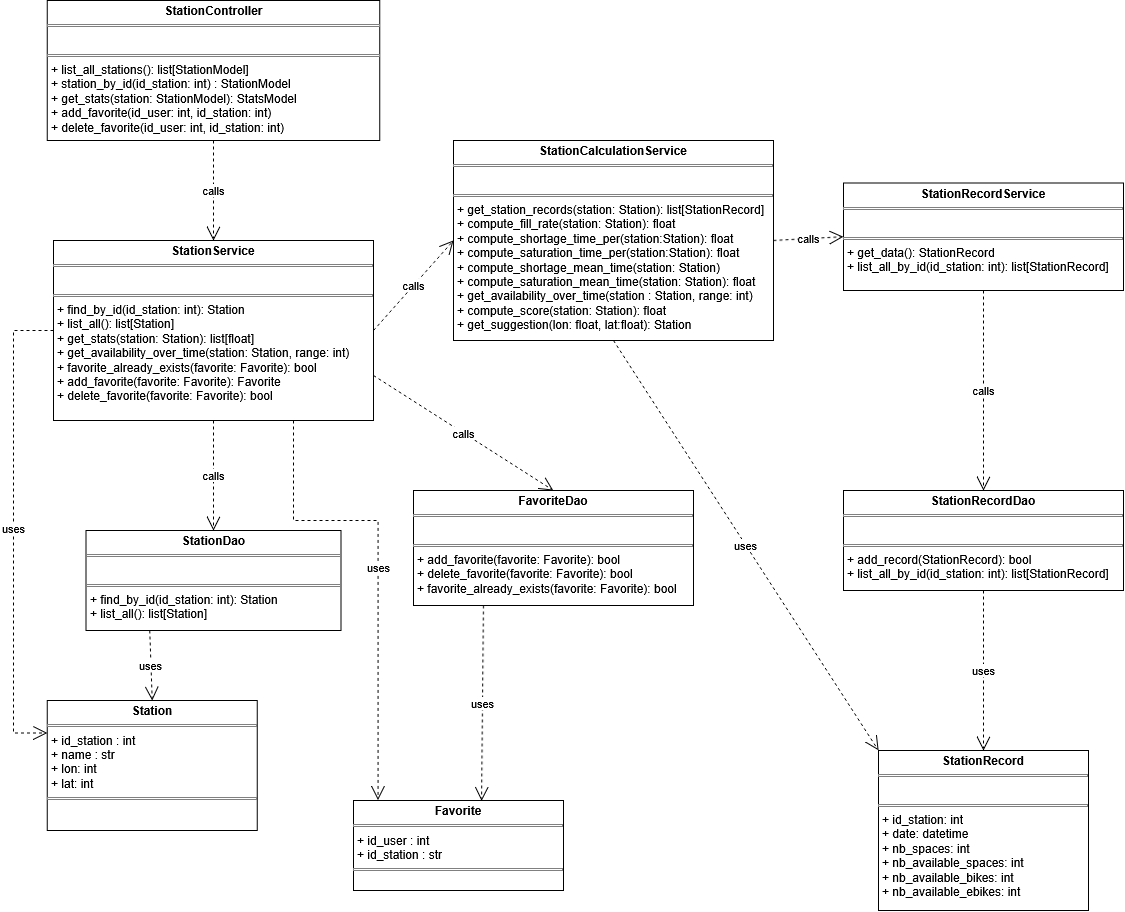
This is doc/rapport_analyse/img/diag_classes_station.png from Eddboy-ensai/ensai-it-project-2a-team14, a draw.io export, as it was before one commit. Source tidied: cells renumbered, new cells last; positions are measured from the earlier drawing's top-left corner, leaving out a move shared by most shapes.
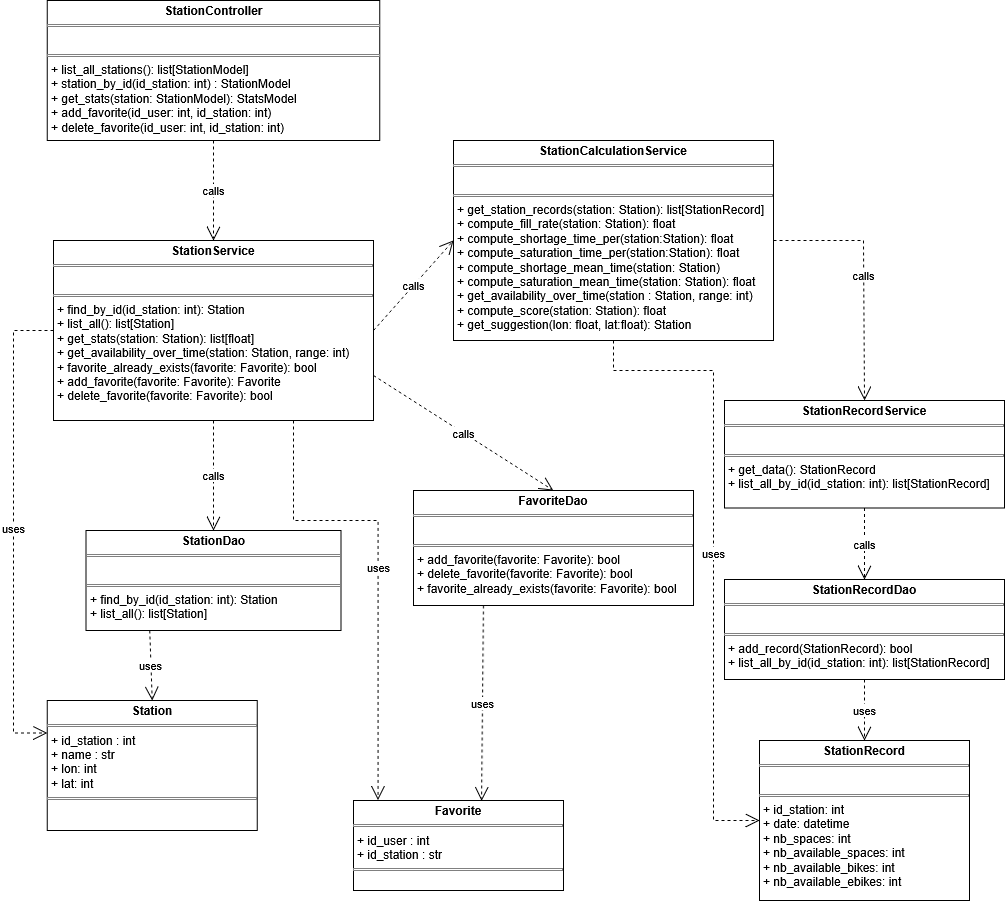
The same diagram one commit later.

Commit message:
diagrammes de classe

Diff of the diagram source:
```diff
@@ -12,10 +12,10 @@
       <mxGeometry x="72.5" y="530" width="255" height="100" as="geometry" />
     </mxCell>
     <mxCell id="5" value="&lt;p style=&quot;margin:0px;margin-top:4px;text-align:center;&quot;&gt;&lt;b&gt;StationRecordService&lt;/b&gt;&lt;/p&gt;&lt;hr size=&quot;1&quot; style=&quot;border-style:solid;&quot;&gt;&lt;p style=&quot;margin:0px;margin-left:4px;&quot;&gt;&lt;br&gt;&lt;/p&gt;&lt;hr size=&quot;1&quot; style=&quot;border-style:solid;&quot;&gt;&lt;p style=&quot;margin:0px;margin-left:4px;&quot;&gt;+ get_data():&amp;nbsp;StationRecord&lt;/p&gt;&lt;p style=&quot;margin:0px;margin-left:4px;&quot;&gt;+ list_all_by_id(id_station: int): list[StationRecord]&lt;/p&gt;" style="verticalAlign=top;align=left;overflow=fill;html=1;whiteSpace=wrap;" parent="1" vertex="1">
-      <mxGeometry x="830" y="182.5" width="280" height="107.5" as="geometry" />
+      <mxGeometry x="711" y="400" width="280" height="107.5" as="geometry" />
     </mxCell>
     <mxCell id="6" value="&lt;p style=&quot;margin:0px;margin-top:4px;text-align:center;&quot;&gt;&lt;b&gt;StationRecordDao&lt;/b&gt;&lt;/p&gt;&lt;hr size=&quot;1&quot; style=&quot;border-style:solid;&quot;&gt;&lt;p style=&quot;margin:0px;margin-left:4px;&quot;&gt;&lt;br&gt;&lt;/p&gt;&lt;hr size=&quot;1&quot; style=&quot;border-style:solid;&quot;&gt;&lt;p style=&quot;margin:0px;margin-left:4px;&quot;&gt;+ add_record(StationRecord): bool&lt;/p&gt;&lt;p style=&quot;margin:0px;margin-left:4px;&quot;&gt;+ list_all_by_id(id_station: int): list[StationRecord]&lt;/p&gt;" style="verticalAlign=top;align=left;overflow=fill;html=1;whiteSpace=wrap;" parent="1" vertex="1">
-      <mxGeometry x="830" y="490" width="280" height="100" as="geometry" />
+      <mxGeometry x="711" y="579" width="280" height="100" as="geometry" />
     </mxCell>
     <mxCell id="7" value="&lt;p style=&quot;margin:0px;margin-top:4px;text-align:center;&quot;&gt;&lt;b&gt;StationCalculationService&lt;/b&gt;&lt;/p&gt;&lt;hr size=&quot;1&quot; style=&quot;border-style:solid;&quot;&gt;&lt;p style=&quot;margin:0px;margin-left:4px;&quot;&gt;&lt;br&gt;&lt;/p&gt;&lt;hr size=&quot;1&quot; style=&quot;border-style:solid;&quot;&gt;&lt;p style=&quot;margin:0px;margin-left:4px;&quot;&gt;+ get_station_records(station: Station):&amp;nbsp;list[StationRecord]&lt;/p&gt;&lt;p style=&quot;margin:0px;margin-left:4px;&quot;&gt;+ compute_fill_rate(station: Station): float&lt;/p&gt;&lt;p style=&quot;margin:0px;margin-left:4px;&quot;&gt;+ compute_shortage_time_per(&lt;span style=&quot;background-color: transparent; color: light-dark(rgb(0, 0, 0), rgb(255, 255, 255));&quot;&gt;station:&lt;/span&gt;&lt;span style=&quot;background-color: transparent; color: light-dark(rgb(0, 0, 0), rgb(255, 255, 255));&quot;&gt;Station&lt;/span&gt;&lt;span style=&quot;background-color: transparent; color: light-dark(rgb(0, 0, 0), rgb(255, 255, 255));&quot;&gt;): float&lt;/span&gt;&lt;/p&gt;&lt;p style=&quot;margin:0px;margin-left:4px;&quot;&gt;+ compute_saturation_time_per(&lt;span style=&quot;background-color: transparent; color: light-dark(rgb(0, 0, 0), rgb(255, 255, 255));&quot;&gt;station:&lt;/span&gt;&lt;span style=&quot;background-color: transparent; color: light-dark(rgb(0, 0, 0), rgb(255, 255, 255));&quot;&gt;Station): float&lt;/span&gt;&lt;/p&gt;&lt;p style=&quot;margin:0px;margin-left:4px;&quot;&gt;+ compute_shortage_mean_time(station: Station)&lt;/p&gt;&lt;p style=&quot;margin:0px;margin-left:4px;&quot;&gt;+ compute_saturation_mean_time(station: Station): float&lt;/p&gt;&lt;p style=&quot;margin:0px;margin-left:4px;&quot;&gt;+ get_availability_over_time(station : Station, range: int)&lt;/p&gt;&lt;p style=&quot;margin:0px;margin-left:4px;&quot;&gt;+ compute_score(station: Station): float&lt;/p&gt;&lt;p style=&quot;margin:0px;margin-left:4px;&quot;&gt;+ get_suggestion(lon: float, lat:float): Station&lt;/p&gt;" style="verticalAlign=top;align=left;overflow=fill;html=1;whiteSpace=wrap;" parent="1" vertex="1">
       <mxGeometry x="440" y="140" width="320" height="200" as="geometry" />
@@ -62,13 +62,19 @@
       <mxGeometry relative="1" as="geometry" />
     </mxCell>
     <mxCell id="20" value="&lt;p style=&quot;margin:0px;margin-top:4px;text-align:center;&quot;&gt;&lt;b&gt;StationRecord&lt;/b&gt;&lt;/p&gt;&lt;hr size=&quot;1&quot; style=&quot;border-style:solid;&quot;&gt;&lt;p style=&quot;margin:0px;margin-left:4px;&quot;&gt;&lt;br&gt;&lt;/p&gt;&lt;hr size=&quot;1&quot; style=&quot;border-style:solid;&quot;&gt;&lt;p style=&quot;margin:0px;margin-left:4px;&quot;&gt;+ id_station: int&lt;/p&gt;&lt;p style=&quot;margin:0px;margin-left:4px;&quot;&gt;+ date: datetime&lt;/p&gt;&lt;p style=&quot;margin:0px;margin-left:4px;&quot;&gt;+ nb_spaces: int&lt;/p&gt;&lt;p style=&quot;margin:0px;margin-left:4px;&quot;&gt;+ nb_available_spaces: int&lt;/p&gt;&lt;p style=&quot;margin:0px;margin-left:4px;&quot;&gt;+ nb_available_bikes: int&lt;/p&gt;&lt;p style=&quot;margin:0px;margin-left:4px;&quot;&gt;+ nb_available_ebikes: int&lt;/p&gt;" style="verticalAlign=top;align=left;overflow=fill;html=1;whiteSpace=wrap;" parent="1" vertex="1">
-      <mxGeometry x="865" y="750" width="210" height="160" as="geometry" />
+      <mxGeometry x="746" y="740" width="210" height="160" as="geometry" />
     </mxCell>
     <mxCell id="21" value="uses" style="endArrow=open;endSize=12;dashed=1;html=1;rounded=0;exitX=0.5;exitY=1;exitDx=0;exitDy=0;entryX=0.5;entryY=0;entryDx=0;entryDy=0;" parent="1" edge="1" source="6" target="20">
       <mxGeometry relative="1" as="geometry" />
     </mxCell>
-    <mxCell id="22" value="uses" style="endArrow=open;endSize=12;dashed=1;html=1;rounded=0;exitX=0.5;exitY=1;exitDx=0;exitDy=0;entryX=0;entryY=0;entryDx=0;entryDy=0;" parent="1" edge="1" source="7" target="20">
-      <mxGeometry relative="1" as="geometry" />
+    <mxCell id="22" value="uses" style="endArrow=open;endSize=12;dashed=1;html=1;rounded=0;exitX=0.5;exitY=1;exitDx=0;exitDy=0;entryX=0;entryY=0.5;entryDx=0;entryDy=0;" parent="1" edge="1" source="7" target="20">
+      <mxGeometry relative="1" as="geometry">
+        <Array as="points">
+          <mxPoint x="600" y="370" />
+          <mxPoint x="700" y="370" />
+          <mxPoint x="700" y="820" />
+        </Array>
+      </mxGeometry>
     </mxCell>
     <mxCell id="23" value="uses" style="endArrow=open;endSize=12;dashed=1;html=1;rounded=0;exitX=0;exitY=0.5;exitDx=0;exitDy=0;entryX=0;entryY=0.25;entryDx=0;entryDy=0;" parent="1" edge="1" source="3" target="8">
       <mxGeometry relative="1" as="geometry">
@@ -78,8 +84,12 @@
         </Array>
       </mxGeometry>
     </mxCell>
-    <mxCell id="24" value="calls" style="endArrow=open;endSize=12;dashed=1;html=1;rounded=0;exitX=1;exitY=0.5;exitDx=0;exitDy=0;entryX=0;entryY=0.5;entryDx=0;entryDy=0;" parent="1" edge="1" source="7" target="5">
-      <mxGeometry relative="1" as="geometry" />
+    <mxCell id="24" value="calls" style="endArrow=open;endSize=12;dashed=1;html=1;rounded=0;exitX=1;exitY=0.5;exitDx=0;exitDy=0;entryX=0.5;entryY=0;entryDx=0;entryDy=0;" parent="1" edge="1" source="7" target="5">
+      <mxGeometry relative="1" as="geometry">
+        <Array as="points">
+          <mxPoint x="850" y="240" />
+        </Array>
+      </mxGeometry>
     </mxCell>
     <mxCell id="25" style="edgeStyle=orthogonalEdgeStyle;rounded=0;orthogonalLoop=1;jettySize=auto;html=1;innerLoopWaypoints=1;exitX=0.5;exitY=1;exitDx=0;exitDy=0;" parent="1" edge="1" source="6" target="6">
       <mxGeometry relative="1" as="geometry" />
```
